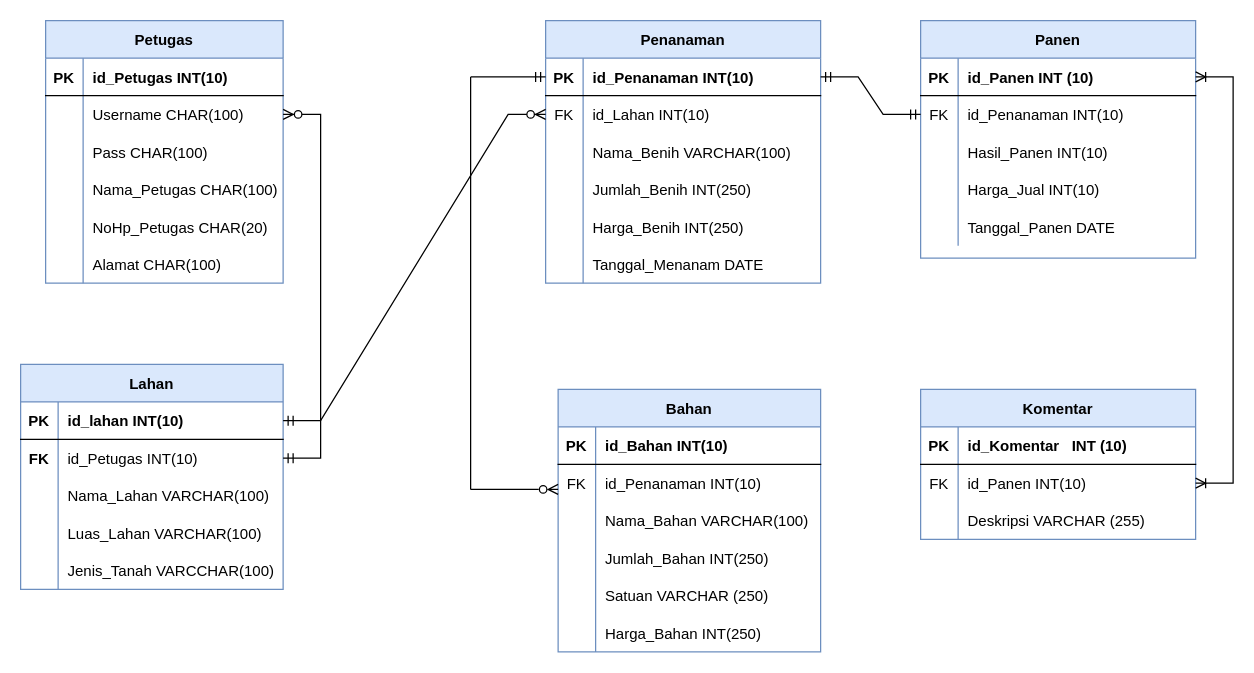
Above: pertemuan 3/Pertemuan 3.drawio in ramabhagadhara/IF214002 (draw.io), before the change. Source tidied: cells renumbered, new cells numbered last; positions are measured from the earlier drawing's top-left corner, leaving out a move shared by most shapes. Both pictures are drawn from the tidied source at 125%, with x=0, y=0 at pixel (20, 20).
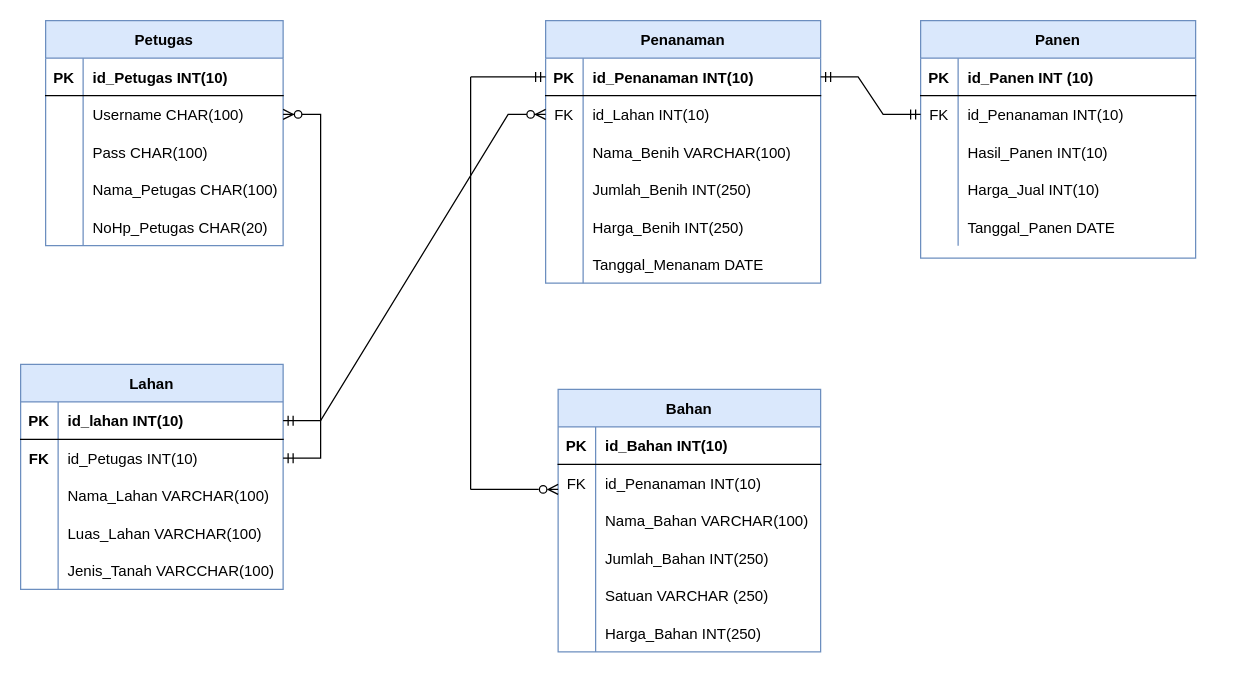
The same diagram, later.

The change refers to these unchanged cells:
```xml
<mxCell id="3" style="shape=tableRow;horizontal=0;startSize=0;swimlaneHead=0;swimlaneBody=0;fillColor=none;points=[[0,0.5],[1,0.5]];portConstraint=eastwest;top=0;left=0;right=0;bottom=1;" parent="2" vertex="1">
  <mxGeometry y="30" width="220" height="30" as="geometry" />
</mxCell>
```

Change to the diagram source:
```diff
@@
     <mxCell id="37" value="Petugas" style="shape=table;startSize=30;childLayout=tableLayout;rowLines=0;fontStyle=1;align=center;fillColor=#dae8fc;strokeColor=#6c8ebf;" parent="1" vertex="1">
-      <mxGeometry x="20" width="190" height="210" as="geometry" />
+      <mxGeometry x="20" width="190" height="180" as="geometry" />
     </mxCell>
@@
-    <mxCell id="53" style="shape=tableRow;horizontal=0;startSize=0;swimlaneHead=0;swimlaneBody=0;fillColor=none;top=0;left=0;right=0;bottom=0;" parent="37" vertex="1">
-      <mxGeometry y="180" width="190" height="30" as="geometry" />
-    </mxCell>
-    <mxCell id="54" style="shape=partialRectangle;fillColor=none;top=0;left=0;bottom=0;right=0;overflow=hidden;" parent="53" vertex="1">
-      <mxGeometry width="30" height="30" as="geometry" />
-    </mxCell>
-    <mxCell id="55" value="Alamat CHAR(100)" style="shape=partialRectangle;fillColor=none;top=0;left=0;bottom=0;right=0;align=left;spacingLeft=6;overflow=hidden;" parent="53" vertex="1">
-      <mxGeometry x="30" width="160" height="30" as="geometry" />
-    </mxCell>
@@
-    <mxCell id="75" value="Komentar" style="shape=table;startSize=30;childLayout=tableLayout;rowLines=0;fontStyle=1;align=center;fillColor=#dae8fc;strokeColor=#6c8ebf;" parent="1" vertex="1">
-      <mxGeometry x="720" y="295" width="220" height="120" as="geometry" />
-    </mxCell>
-    <mxCell id="76" style="shape=tableRow;horizontal=0;startSize=0;swimlaneHead=0;swimlaneBody=0;fillColor=none;top=0;left=0;right=0;bottom=1;" parent="75" vertex="1">
-      <mxGeometry y="30" width="220" height="30" as="geometry" />
-    </mxCell>
-    <mxCell id="77" value="PK" style="shape=partialRectangle;fillColor=none;top=0;left=0;bottom=0;right=0;fontStyle=1;overflow=hidden;" parent="76" vertex="1">
-      <mxGeometry width="30" height="30" as="geometry" />
-    </mxCell>
-    <mxCell id="78" value="id_Komentar   INT (10)" style="shape=partialRectangle;fillColor=none;top=0;left=0;bottom=0;right=0;align=left;spacingLeft=6;fontStyle=1;overflow=hidden;" parent="76" vertex="1">
-      <mxGeometry x="30" width="190" height="30" as="geometry" />
-    </mxCell>
-    <mxCell id="79" style="shape=tableRow;horizontal=0;startSize=0;swimlaneHead=0;swimlaneBody=0;fillColor=none;points=[[0,0.5],[1,0.5]];portConstraint=eastwest;top=0;left=0;right=0;bottom=0;" parent="75" vertex="1">
-      <mxGeometry y="60" width="220" height="30" as="geometry" />
-    </mxCell>
-    <mxCell id="80" value="FK" style="shape=partialRectangle;fillColor=none;top=0;left=0;bottom=0;right=0;overflow=hidden;" parent="79" vertex="1">
-      <mxGeometry width="30" height="30" as="geometry" />
-    </mxCell>
-    <mxCell id="81" value="id_Panen INT(10)" style="shape=partialRectangle;fillColor=none;top=0;left=0;bottom=0;right=0;align=left;spacingLeft=6;overflow=hidden;" parent="79" vertex="1">
-      <mxGeometry x="30" width="190" height="30" as="geometry" />
-    </mxCell>
-    <mxCell id="82" style="shape=tableRow;horizontal=0;startSize=0;swimlaneHead=0;swimlaneBody=0;fillColor=none;top=0;left=0;right=0;bottom=0;" parent="75" vertex="1">
-      <mxGeometry y="90" width="220" height="30" as="geometry" />
-    </mxCell>
-    <mxCell id="83" style="shape=partialRectangle;fillColor=none;top=0;left=0;bottom=0;right=0;overflow=hidden;" parent="82" vertex="1">
-      <mxGeometry width="30" height="30" as="geometry" />
-    </mxCell>
-    <mxCell id="84" value="Deskripsi VARCHAR (255)" style="shape=partialRectangle;fillColor=none;top=0;left=0;bottom=0;right=0;align=left;spacingLeft=6;overflow=hidden;" parent="82" vertex="1">
-      <mxGeometry x="30" width="190" height="30" as="geometry" />
-    </mxCell>
@@
-    <mxCell id="104" style="edgeStyle=entityRelationEdgeStyle;fontSize=12;html=1;endArrow=ERoneToMany;endFill=0;startArrow=ERoneToMany;rounded=0;exitX=1;exitY=0.5;exitDx=0;exitDy=0;entryX=1;entryY=0.5;entryDx=0;entryDy=0;startFill=0;" parent="1" edge="1" source="3" target="79">
-      <mxGeometry relative="1" as="geometry" />
-    </mxCell>
```
